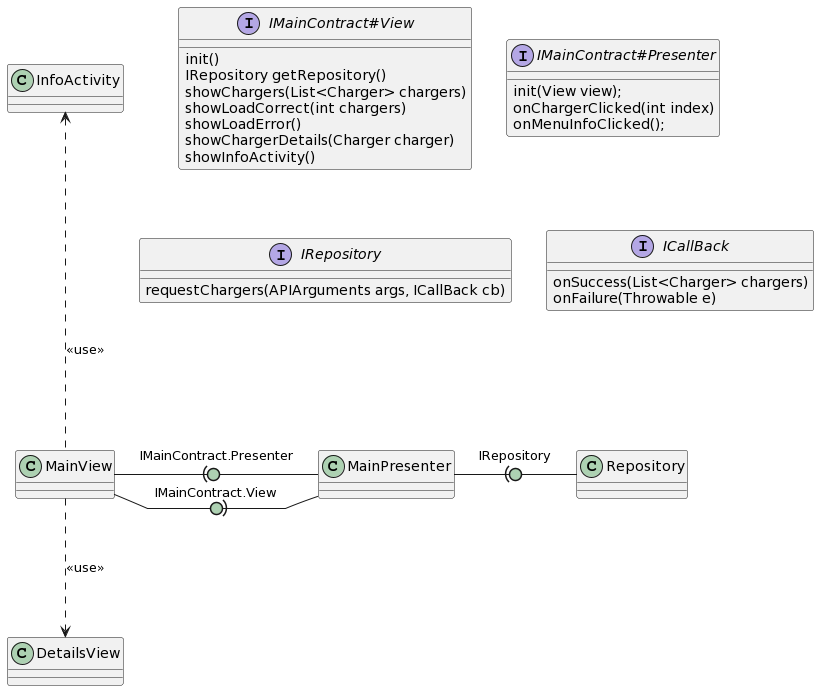
Earlier version of the PlantUML export Docs/Models/Arquitectura.png (isunican/App-CarChargers-Grupo1). Its diagram source:
```plantuml
@startuml
skinparam linetype polyline
skinparam arrowLollipopColor #ADD1B2

MainView -right(0- MainPresenter : IMainContract.Presenter
MainView -right0)- MainPresenter : IMainContract.View
MainView -up..-> InfoActivity : <<use>>
MainView -down..> DetailsView : <<use>>
MainPresenter -right(0- Repository : IRepository

together {
  interface IMainContract#View
  interface IMainContract#Presenter
  interface IRepository
  interface ICallBack
}

interface IMainContract#View {
    init()
    IRepository getRepository()
    showChargers(List<Charger> chargers)
    showLoadCorrect(int chargers)
    showLoadError()
    showChargerDetails(Charger charger)
    showInfoActivity()
}

interface IMainContract#Presenter {
   init(View view);
   onChargerClicked(int index)
   onMenuInfoClicked();
}

interface IRepository {
    requestChargers(APIArguments args, ICallBack cb)
}

interface ICallBack {
    onSuccess(List<Charger> chargers)
    onFailure(Throwable e)
}
@enduml
```
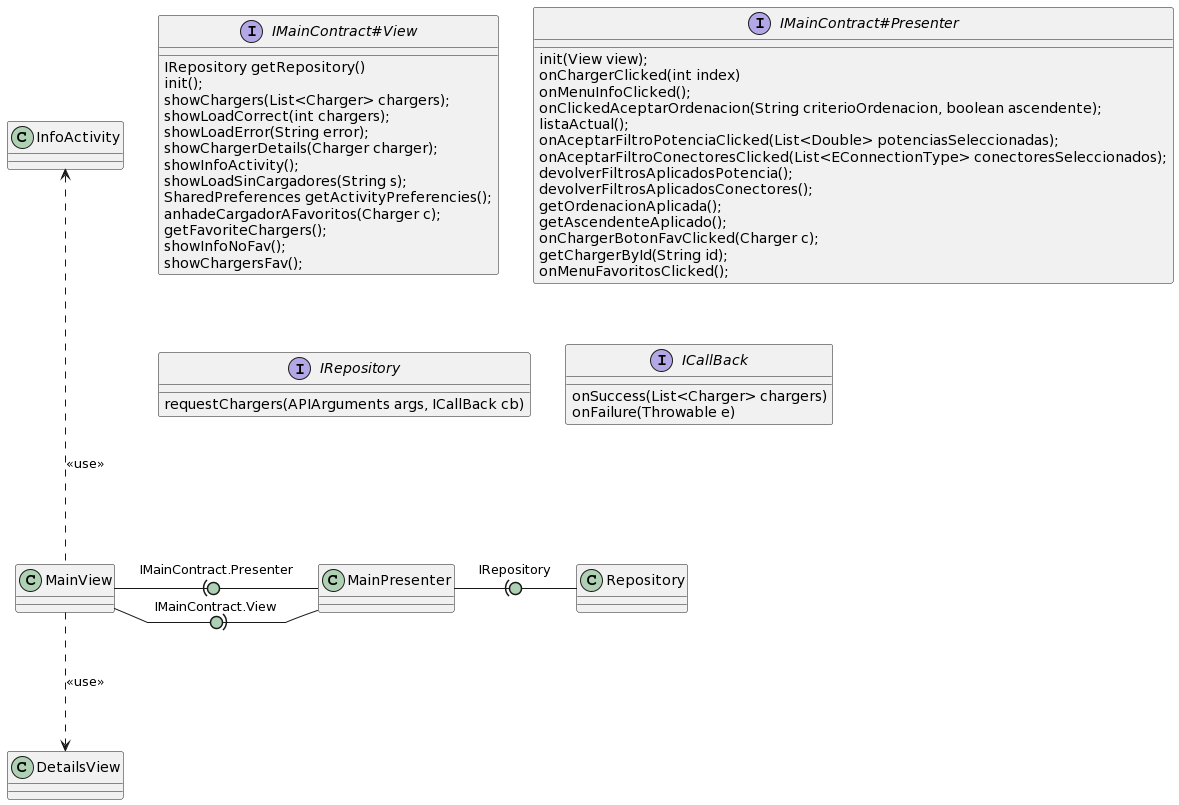
Later version of the same file.

Commit message:
Actualizar los UMLs. Para la arquitectura hay una versiín que actualiza lo que ya habia, y otra mas grande con cosa nuevas, para ver las cosas mas facilemte.

Change to the diagram source:
```diff
@@ -16,19 +16,38 @@
 }
 
 interface IMainContract#View {
-    init()
-    IRepository getRepository()
-    showChargers(List<Charger> chargers)
-    showLoadCorrect(int chargers)
-    showLoadError()
-    showChargerDetails(Charger charger)
-    showInfoActivity()
+IRepository getRepository()
+init();
+showChargers(List<Charger> chargers);
+showLoadCorrect(int chargers);
+showLoadError(String error);
+showChargerDetails(Charger charger);
+showInfoActivity();
+showLoadSinCargadores(String s);
+SharedPreferences getActivityPreferencies();
+anhadeCargadorAFavoritos(Charger c);
+getFavoriteChargers();
+showInfoNoFav();
+showChargersFav();
+
 }
 
 interface IMainContract#Presenter {
    init(View view);
    onChargerClicked(int index)
    onMenuInfoClicked();
+onClickedAceptarOrdenacion(String criterioOrdenacion, boolean ascendente);
+listaActual();
+onAceptarFiltroPotenciaClicked(List<Double> potenciasSeleccionadas);
+onAceptarFiltroConectoresClicked(List<EConnectionType> conectoresSeleccionados);
+devolverFiltrosAplicadosPotencia();
+devolverFiltrosAplicadosConectores();
+getOrdenacionAplicada();
+getAscendenteAplicado();
+onChargerBotonFavClicked(Charger c);
+getChargerById(String id);
+onMenuFavoritosClicked();
+
 }
 
 interface IRepository {
```
